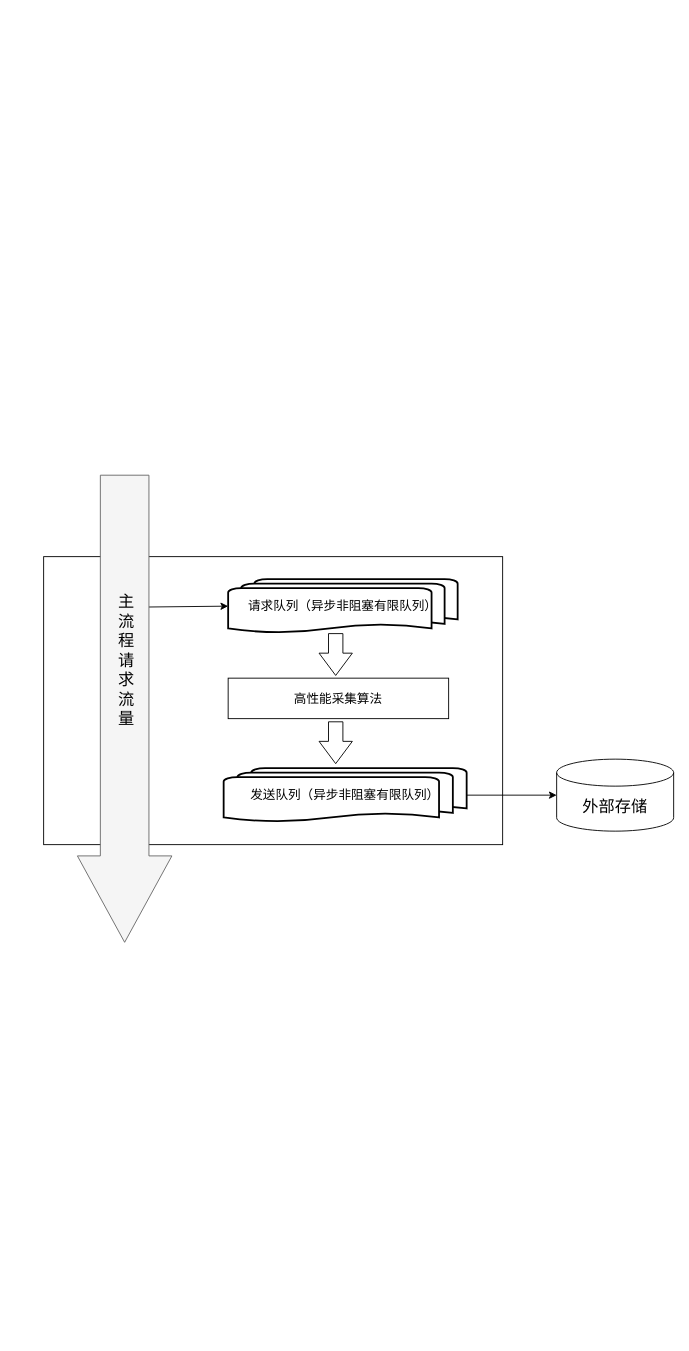
FlyThroughAir/DrawHere keeps this draw.io diagram as 降采样方案设计.drawio. Above is the earlier version. Source tidied: cells renumbered, new cells numbered last; positions are measured from the earlier drawing's top-left corner, leaving out a move shared by most shapes. Both pictures are drawn from the tidied source at 90%, with x=0, y=0 at pixel (43, 474).
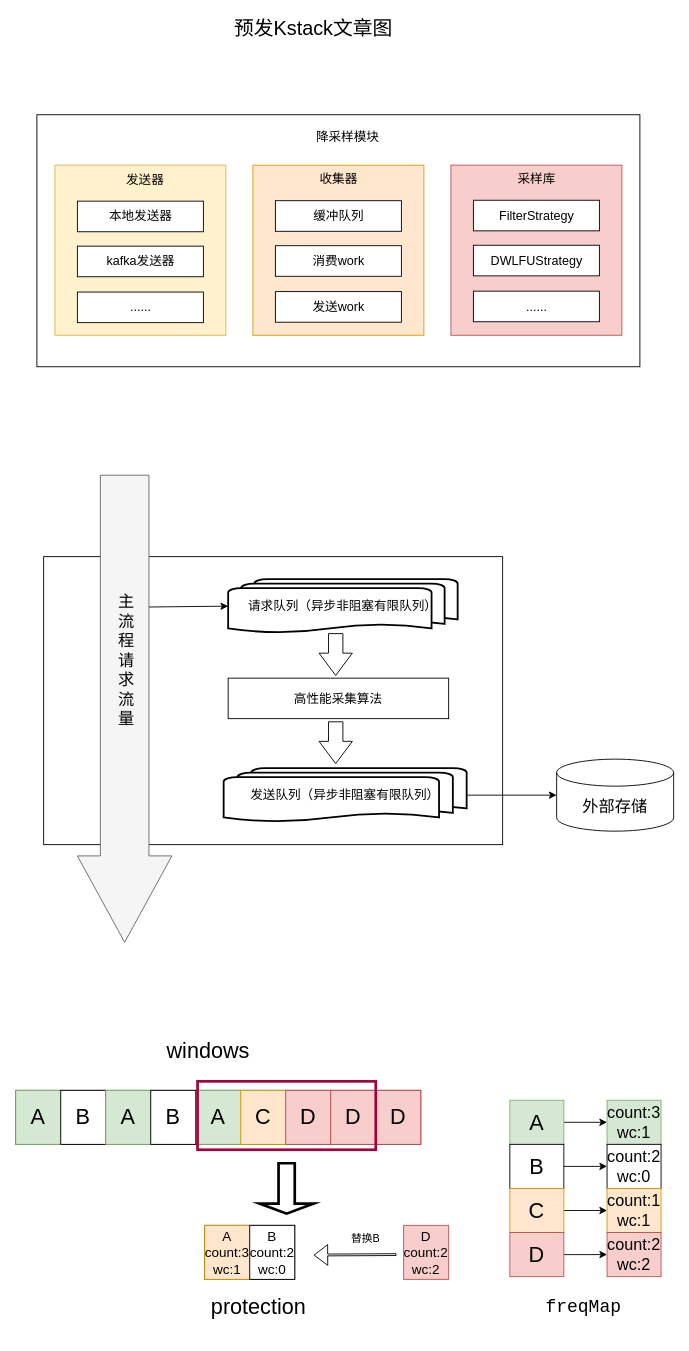
After the change.

Commit message:
更新降采样方案设计.drawio

Diff of the diagram source:
```diff
@@
+    <mxCell id="13" style="rounded=0;whiteSpace=wrap;html=1;fontSize=14;" parent="1" vertex="1">
+      <mxGeometry x="-7.5" y="-400" width="670" height="280" as="geometry" />
+    </mxCell>
+    <mxCell id="14" style="rounded=0;whiteSpace=wrap;html=1;fontSize=14;fillColor=#fff2cc;strokeColor=#d6b656;" parent="1" vertex="1">
+      <mxGeometry x="12.5" y="-344" width="190" height="189" as="geometry" />
+    </mxCell>
+    <mxCell id="15" style="rounded=0;whiteSpace=wrap;html=1;fontSize=14;fillColor=#ffe6cc;strokeColor=#d79b00;" parent="1" vertex="1">
+      <mxGeometry x="232.5" y="-344" width="190" height="189" as="geometry" />
+    </mxCell>
+    <mxCell id="16" style="rounded=0;whiteSpace=wrap;html=1;fontSize=14;fillColor=#f8cecc;strokeColor=#b85450;" parent="1" vertex="1">
+      <mxGeometry x="452.5" y="-344" width="190" height="189" as="geometry" />
+    </mxCell>
+    <mxCell id="17" value="发送器" style="text;html=1;strokeColor=none;fillColor=none;align=center;verticalAlign=middle;whiteSpace=wrap;rounded=0;fontSize=14;" parent="1" vertex="1">
+      <mxGeometry x="82.5" y="-343" width="60" height="30" as="geometry" />
+    </mxCell>
+    <mxCell id="18" value="收集器" style="text;html=1;strokeColor=none;fillColor=none;align=center;verticalAlign=middle;whiteSpace=wrap;rounded=0;fontSize=14;" parent="1" vertex="1">
+      <mxGeometry x="297.5" y="-344" width="60" height="30" as="geometry" />
+    </mxCell>
+    <mxCell id="19" value="采样库" style="text;html=1;strokeColor=none;fillColor=none;align=center;verticalAlign=middle;whiteSpace=wrap;rounded=0;fontSize=14;" parent="1" vertex="1">
+      <mxGeometry x="517.5" y="-344" width="60" height="30" as="geometry" />
+    </mxCell>
+    <mxCell id="20" value="降采样模块" style="text;html=1;strokeColor=none;fillColor=none;align=center;verticalAlign=middle;whiteSpace=wrap;rounded=0;fontSize=14;" parent="1" vertex="1">
+      <mxGeometry x="292.5" y="-390" width="90" height="30" as="geometry" />
+    </mxCell>
+    <mxCell id="21" value="本地发送器" style="rounded=0;whiteSpace=wrap;html=1;fontSize=14;" parent="1" vertex="1">
+      <mxGeometry x="37.5" y="-304" width="140" height="34" as="geometry" />
+    </mxCell>
+    <mxCell id="22" value="kafka发送器" style="rounded=0;whiteSpace=wrap;html=1;fontSize=14;" parent="1" vertex="1">
+      <mxGeometry x="37.5" y="-254" width="140" height="34" as="geometry" />
+    </mxCell>
+    <mxCell id="23" value="......" style="rounded=0;whiteSpace=wrap;html=1;fontSize=14;" parent="1" vertex="1">
+      <mxGeometry x="37.5" y="-203" width="140" height="34" as="geometry" />
+    </mxCell>
+    <mxCell id="24" value="缓冲队列" style="rounded=0;whiteSpace=wrap;html=1;fontSize=14;" parent="1" vertex="1">
+      <mxGeometry x="257.5" y="-304.5" width="140" height="34" as="geometry" />
+    </mxCell>
+    <mxCell id="25" value="消费work" style="rounded=0;whiteSpace=wrap;html=1;fontSize=14;" parent="1" vertex="1">
+      <mxGeometry x="257.5" y="-254.5" width="140" height="34" as="geometry" />
+    </mxCell>
+    <mxCell id="26" value="发送work" style="rounded=0;whiteSpace=wrap;html=1;fontSize=14;" parent="1" vertex="1">
+      <mxGeometry x="257.5" y="-203.5" width="140" height="34" as="geometry" />
+    </mxCell>
+    <mxCell id="27" value="FilterStrategy" style="rounded=0;whiteSpace=wrap;html=1;fontSize=14;" parent="1" vertex="1">
+      <mxGeometry x="477.5" y="-305" width="140" height="34" as="geometry" />
+    </mxCell>
+    <mxCell id="28" value="DWLFUStrategy" style="rounded=0;whiteSpace=wrap;html=1;fontSize=14;" parent="1" vertex="1">
+      <mxGeometry x="477.5" y="-255" width="140" height="34" as="geometry" />
+    </mxCell>
+    <mxCell id="29" value="......" style="rounded=0;whiteSpace=wrap;html=1;fontSize=14;" parent="1" vertex="1">
+      <mxGeometry x="477.5" y="-204" width="140" height="34" as="geometry" />
+    </mxCell>
+    <mxCell id="30" style="rounded=0;whiteSpace=wrap;html=1;fontSize=24;" parent="1" vertex="1">
+      <mxGeometry x="-31" y="684" width="450" height="60" as="geometry" />
+    </mxCell>
+    <mxCell id="31" value="A" style="rounded=0;whiteSpace=wrap;html=1;fillColor=#d5e8d4;strokeColor=#82b366;fontSize=24;" parent="1" vertex="1">
+      <mxGeometry x="-31" y="684" width="50" height="60" as="geometry" />
+    </mxCell>
+    <mxCell id="32" value="B" style="rounded=0;whiteSpace=wrap;html=1;fontSize=24;" parent="1" vertex="1">
+      <mxGeometry x="19" y="684" width="50" height="60" as="geometry" />
+    </mxCell>
+    <mxCell id="33" value="A" style="rounded=0;whiteSpace=wrap;html=1;fillColor=#d5e8d4;strokeColor=#82b366;fontSize=24;" parent="1" vertex="1">
+      <mxGeometry x="69" y="684" width="50" height="60" as="geometry" />
+    </mxCell>
+    <mxCell id="34" value="A" style="rounded=0;whiteSpace=wrap;html=1;fillColor=#d5e8d4;strokeColor=#82b366;fontSize=24;" parent="1" vertex="1">
+      <mxGeometry x="169" y="684" width="50" height="60" as="geometry" />
+    </mxCell>
+    <mxCell id="35" value="B" style="rounded=0;whiteSpace=wrap;html=1;fontSize=24;" parent="1" vertex="1">
+      <mxGeometry x="119" y="684" width="50" height="60" as="geometry" />
+    </mxCell>
+    <mxCell id="36" value="C" style="rounded=0;whiteSpace=wrap;html=1;fillColor=#ffe6cc;strokeColor=#d79b00;fontSize=24;" parent="1" vertex="1">
+      <mxGeometry x="219" y="684" width="50" height="60" as="geometry" />
+    </mxCell>
+    <mxCell id="37" value="D" style="rounded=0;whiteSpace=wrap;html=1;fillColor=#f8cecc;strokeColor=#b85450;fontSize=24;" parent="1" vertex="1">
+      <mxGeometry x="269" y="684" width="50" height="60" as="geometry" />
+    </mxCell>
+    <mxCell id="38" value="D" style="rounded=0;whiteSpace=wrap;html=1;fillColor=#f8cecc;strokeColor=#b85450;fontSize=24;" parent="1" vertex="1">
+      <mxGeometry x="319" y="684" width="50" height="60" as="geometry" />
+    </mxCell>
+    <mxCell id="39" value="D" style="rounded=0;whiteSpace=wrap;html=1;fillColor=#f8cecc;strokeColor=#b85450;fontSize=24;" parent="1" vertex="1">
+      <mxGeometry x="369" y="684" width="50" height="60" as="geometry" />
+    </mxCell>
+    <mxCell id="40" style="shape=flexArrow;endArrow=classic;html=1;endSize=4.7;width=2;" parent="1" edge="1">
+      <mxGeometry relative="1" as="geometry">
+        <mxPoint x="392" y="866.5" as="sourcePoint" />
+        <mxPoint x="300" y="867" as="targetPoint" />
+      </mxGeometry>
+    </mxCell>
+    <mxCell id="41" style="rounded=0;whiteSpace=wrap;html=1;" parent="1" vertex="1">
+      <mxGeometry x="179" y="834" width="100" height="60" as="geometry" />
+    </mxCell>
+    <mxCell id="42" value="A&lt;br style=&quot;font-size: 15px;&quot;&gt;count:3&lt;br style=&quot;font-size: 15px;&quot;&gt;wc:1" style="rounded=0;whiteSpace=wrap;html=1;fillColor=#ffe6cc;strokeColor=#d79b00;fontSize=15;" parent="1" vertex="1">
+      <mxGeometry x="179" y="834" width="50" height="60" as="geometry" />
+    </mxCell>
+    <mxCell id="43" value="B&lt;br style=&quot;font-size: 15px;&quot;&gt;count:2&lt;br style=&quot;font-size: 15px;&quot;&gt;wc:0" style="rounded=0;whiteSpace=wrap;html=1;fontSize=15;" parent="1" vertex="1">
+      <mxGeometry x="229" y="834" width="50" height="60" as="geometry" />
+    </mxCell>
+    <mxCell id="44" style="rounded=0;whiteSpace=wrap;html=1;fillColor=none;strokeColor=#A50040;fontColor=#ffffff;strokeWidth=3;fontSize=24;" parent="1" vertex="1">
+      <mxGeometry x="171" y="674" width="198" height="76" as="geometry" />
+    </mxCell>
+    <mxCell id="45" value="D&lt;br style=&quot;font-size: 15px;&quot;&gt;count:2&lt;br style=&quot;font-size: 15px;&quot;&gt;wc:2" style="rounded=0;whiteSpace=wrap;html=1;fillColor=#f8cecc;strokeColor=#b85450;fontSize=15;" parent="1" vertex="1">
+      <mxGeometry x="400" y="834" width="50" height="60" as="geometry" />
+    </mxCell>
+    <mxCell id="46" style="shape=singleArrow;direction=west;whiteSpace=wrap;html=1;strokeWidth=3;fillColor=none;rotation=-90;" parent="1" vertex="1">
+      <mxGeometry x="242" y="763" width="56" height="60" as="geometry" />
+    </mxCell>
+    <mxCell id="47" value="替换B" style="text;html=1;strokeColor=none;fillColor=none;align=center;verticalAlign=middle;whiteSpace=wrap;rounded=0;" parent="1" vertex="1">
+      <mxGeometry x="338" y="839" width="40" height="20" as="geometry" />
+    </mxCell>
+    <mxCell id="48" style="edgeStyle=none;rounded=0;jettySize=auto;html=1;entryX=0;entryY=0.5;entryDx=0;entryDy=0;fontSize=18;" parent="1" edge="1" source="49" target="56">
+      <mxGeometry relative="1" as="geometry" />
+    </mxCell>
+    <mxCell id="49" value="A" style="rounded=0;whiteSpace=wrap;html=1;fillColor=#d5e8d4;strokeColor=#82b366;fontSize=24;" parent="1" vertex="1">
+      <mxGeometry x="518" y="695" width="60" height="49" as="geometry" />
+    </mxCell>
+    <mxCell id="50" style="edgeStyle=none;rounded=0;jettySize=auto;html=1;entryX=0;entryY=0.5;entryDx=0;entryDy=0;fontSize=18;" parent="1" edge="1" source="51" target="57">
+      <mxGeometry relative="1" as="geometry" />
+    </mxCell>
+    <mxCell id="51" value="B" style="rounded=0;whiteSpace=wrap;html=1;fontSize=24;" parent="1" vertex="1">
+      <mxGeometry x="518" y="744" width="60" height="49" as="geometry" />
+    </mxCell>
+    <mxCell id="52" style="edgeStyle=none;rounded=0;jettySize=auto;html=1;entryX=0;entryY=0.5;entryDx=0;entryDy=0;fontSize=18;" parent="1" edge="1" source="53" target="58">
+      <mxGeometry relative="1" as="geometry" />
+    </mxCell>
+    <mxCell id="53" value="C" style="rounded=0;whiteSpace=wrap;html=1;fillColor=#ffe6cc;strokeColor=#d79b00;fontSize=24;" parent="1" vertex="1">
+      <mxGeometry x="518" y="793" width="60" height="49" as="geometry" />
+    </mxCell>
+    <mxCell id="54" style="edgeStyle=none;rounded=0;jettySize=auto;html=1;entryX=0;entryY=0.5;entryDx=0;entryDy=0;fontSize=18;" parent="1" edge="1" source="55" target="59">
+      <mxGeometry relative="1" as="geometry" />
+    </mxCell>
+    <mxCell id="55" value="D" style="rounded=0;whiteSpace=wrap;html=1;fillColor=#f8cecc;strokeColor=#b85450;fontSize=24;" parent="1" vertex="1">
+      <mxGeometry x="518" y="842" width="60" height="49" as="geometry" />
+    </mxCell>
+    <mxCell id="56" value="count:3&lt;br style=&quot;font-size: 18px;&quot;&gt;wc:1" style="rounded=0;whiteSpace=wrap;html=1;fillColor=#d5e8d4;strokeColor=#82b366;fontSize=18;" parent="1" vertex="1">
+      <mxGeometry x="626" y="695" width="60" height="49" as="geometry" />
+    </mxCell>
+    <mxCell id="57" value="count:2&lt;br style=&quot;font-size: 18px;&quot;&gt;wc:0" style="rounded=0;whiteSpace=wrap;html=1;fontSize=18;" parent="1" vertex="1">
+      <mxGeometry x="626" y="744" width="60" height="49" as="geometry" />
+    </mxCell>
+    <mxCell id="58" value="count:1&lt;br style=&quot;font-size: 18px;&quot;&gt;wc:1" style="rounded=0;whiteSpace=wrap;html=1;fillColor=#ffe6cc;strokeColor=#d79b00;fontSize=18;" parent="1" vertex="1">
+      <mxGeometry x="626" y="793" width="60" height="49" as="geometry" />
+    </mxCell>
+    <mxCell id="59" value="count:2&lt;br style=&quot;font-size: 18px;&quot;&gt;wc:2" style="rounded=0;whiteSpace=wrap;html=1;fillColor=#f8cecc;strokeColor=#b85450;fontSize=18;" parent="1" vertex="1">
+      <mxGeometry x="626" y="842" width="60" height="49" as="geometry" />
+    </mxCell>
+    <mxCell id="60" value="&lt;font style=&quot;font-size: 24px&quot;&gt;windows&lt;/font&gt;" style="text;html=1;strokeColor=none;fillColor=none;align=center;verticalAlign=middle;whiteSpace=wrap;rounded=0;" parent="1" vertex="1">
+      <mxGeometry x="163" y="630" width="40" height="20" as="geometry" />
+    </mxCell>
+    <mxCell id="61" value="&lt;font style=&quot;font-size: 24px&quot;&gt;protection&lt;br&gt;&lt;/font&gt;" style="text;html=1;strokeColor=none;fillColor=none;align=center;verticalAlign=middle;whiteSpace=wrap;rounded=0;" parent="1" vertex="1">
+      <mxGeometry x="219" y="915" width="40" height="20" as="geometry" />
+    </mxCell>
+    <mxCell id="62" value="&lt;pre style=&quot;font-family: &amp;#34;droid sans mono&amp;#34; , monospace ; font-size: 15pt&quot;&gt;&lt;span&gt;freqMap&lt;/span&gt;&lt;/pre&gt;" style="text;html=1;strokeColor=none;fillColor=none;align=center;verticalAlign=middle;whiteSpace=wrap;rounded=0;" parent="1" vertex="1">
+      <mxGeometry x="580" y="915" width="40" height="20" as="geometry" />
+    </mxCell>
+    <mxCell id="63" value="预发Kstack文章图" style="text;html=1;strokeColor=none;fillColor=none;align=center;verticalAlign=middle;whiteSpace=wrap;rounded=0;fontSize=22;" parent="1" vertex="1">
+      <mxGeometry x="170" y="-510" width="260" height="30" as="geometry" />
+    </mxCell>
```
